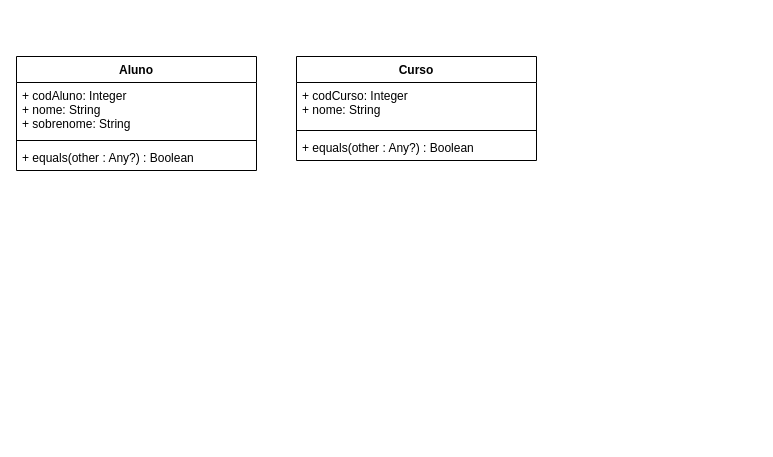
Above: Desafio1DigitalHouse.drawio in eneri-jr/Desafio1DigitalHouse (draw.io), before the change. Source tidied: cells renumbered, new cells numbered last; positions are measured from the earlier drawing's top-left corner, leaving out a move shared by most shapes. Both pictures are drawn from the tidied source at 100%, with x=0, y=0 at pixel (16, 56).
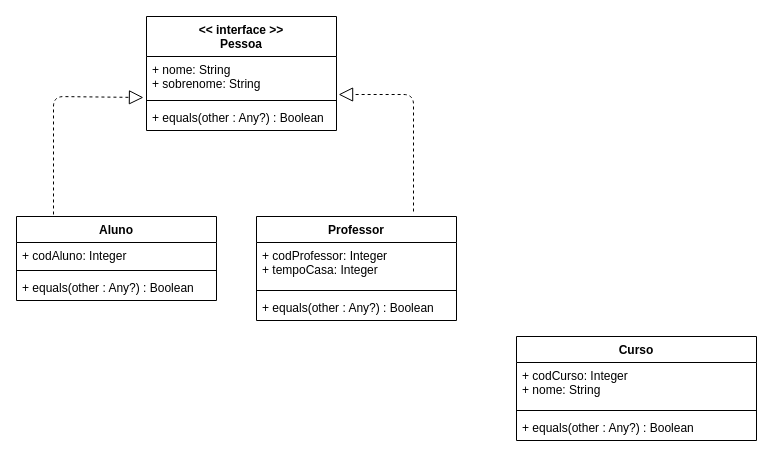
The same diagram, later.

Commit message (it also covers changes not shown here):
Criacao Parte C (Classe Professor), (Alteracao Aluno), (Interface Pessoa)

Diff of the diagram source:
```diff
@@
+    <mxCell id="6" value="Curso" style="swimlane;fontStyle=1;align=center;verticalAlign=top;horizontal=1;startSize=26;" parent="1" vertex="1">
+      <mxGeometry x="500" y="280" width="240" height="104" as="geometry" />
+    </mxCell>
+    <mxCell id="7" value="+ codCurso: Integer&#10;+ nome: String&#10;" style="text;strokeColor=none;fillColor=none;align=left;verticalAlign=top;spacingLeft=4;spacingRight=4;overflow=hidden;" parent="6" vertex="1">
+      <mxGeometry y="26" width="240" height="44" as="geometry" />
+    </mxCell>
+    <mxCell id="8" style="line;strokeWidth=1;fillColor=none;align=left;verticalAlign=middle;spacingTop=-1;spacingLeft=3;spacingRight=3;labelPosition=right;" parent="6" vertex="1">
+      <mxGeometry y="70" width="240" height="8" as="geometry" />
+    </mxCell>
+    <mxCell id="9" value="+ equals(other : Any?) : Boolean" style="text;strokeColor=none;fillColor=none;align=left;verticalAlign=top;spacingLeft=4;spacingRight=4;overflow=hidden;" parent="6" vertex="1">
+      <mxGeometry y="78" width="240" height="26" as="geometry" />
+    </mxCell>
+    <mxCell id="10" value="&lt;&lt; interface &gt;&gt;&#10;Pessoa" style="swimlane;fontStyle=1;align=center;verticalAlign=top;horizontal=1;startSize=40;" parent="1" vertex="1">
+      <mxGeometry x="130" y="-40" width="190" height="114" as="geometry" />
+    </mxCell>
+    <mxCell id="11" value="+ nome: String&#10;+ sobrenome: String" style="text;strokeColor=none;fillColor=none;align=left;verticalAlign=top;spacingLeft=4;spacingRight=4;overflow=hidden;points=[[0,0.5],[1,0.5]];portConstraint=eastwest;" parent="10" vertex="1">
+      <mxGeometry y="40" width="190" height="40" as="geometry" />
+    </mxCell>
+    <mxCell id="12" style="line;strokeWidth=1;fillColor=none;align=left;verticalAlign=middle;spacingTop=-1;spacingLeft=3;spacingRight=3;labelPosition=right;" parent="10" vertex="1">
+      <mxGeometry y="80" width="190" height="8" as="geometry" />
+    </mxCell>
+    <mxCell id="13" value="+ equals(other : Any?) : Boolean" style="text;strokeColor=none;fillColor=none;align=left;verticalAlign=top;spacingLeft=4;spacingRight=4;overflow=hidden;" parent="10" vertex="1">
+      <mxGeometry y="88" width="190" height="26" as="geometry" />
+    </mxCell>
+    <mxCell id="14" style="endArrow=block;dashed=1;endFill=0;endSize=12;html=1;exitX=0.185;exitY=-0.024;exitDx=0;exitDy=0;exitPerimeter=0;entryX=-0.016;entryY=1.025;entryDx=0;entryDy=0;entryPerimeter=0;" parent="1" edge="1" source="2" target="11">
+      <mxGeometry relative="1" as="geometry">
+        <Array as="points">
+          <mxPoint x="37" y="40" />
+        </Array>
+      </mxGeometry>
+    </mxCell>
     <mxCell id="2" value="Aluno" style="swimlane;fontStyle=1;align=center;verticalAlign=top;horizontal=1;startSize=26;" parent="1" vertex="1">
-      <mxGeometry width="240" height="114" as="geometry" />
+      <mxGeometry y="160" width="200" height="84" as="geometry" />
     </mxCell>
-    <mxCell id="3" value="+ codAluno: Integer&#10;+ nome: String&#10;+ sobrenome: String&#10;" style="text;strokeColor=none;fillColor=none;align=left;verticalAlign=top;spacingLeft=4;spacingRight=4;overflow=hidden;" parent="2" vertex="1">
-      <mxGeometry y="26" width="240" height="54" as="geometry" />
+    <mxCell id="3" value="+ codAluno: Integer&#10;" style="text;strokeColor=none;fillColor=none;align=left;verticalAlign=top;spacingLeft=4;spacingRight=4;overflow=hidden;" parent="2" vertex="1">
+      <mxGeometry y="26" width="200" height="24" as="geometry" />
     </mxCell>
     <mxCell id="4" style="line;strokeWidth=1;fillColor=none;align=left;verticalAlign=middle;spacingTop=-1;spacingLeft=3;spacingRight=3;labelPosition=right;" parent="2" vertex="1">
-      <mxGeometry y="80" width="240" height="8" as="geometry" />
+      <mxGeometry y="50" width="200" height="8" as="geometry" />
     </mxCell>
     <mxCell id="5" value="+ equals(other : Any?) : Boolean" style="text;strokeColor=none;fillColor=none;align=left;verticalAlign=top;spacingLeft=4;spacingRight=4;overflow=hidden;" parent="2" vertex="1">
-      <mxGeometry y="88" width="240" height="26" as="geometry" />
+      <mxGeometry y="58" width="200" height="26" as="geometry" />
     </mxCell>
-    <mxCell id="6" value="Curso" style="swimlane;fontStyle=1;align=center;verticalAlign=top;horizontal=1;startSize=26;" parent="1" vertex="1">
-      <mxGeometry x="280" width="240" height="104" as="geometry" />
-    </mxCell>
-    <mxCell id="7" value="+ codCurso: Integer&#10;+ nome: String&#10;" style="text;strokeColor=none;fillColor=none;align=left;verticalAlign=top;spacingLeft=4;spacingRight=4;overflow=hidden;" parent="6" vertex="1">
-      <mxGeometry y="26" width="240" height="44" as="geometry" />
-    </mxCell>
-    <mxCell id="8" style="line;strokeWidth=1;fillColor=none;align=left;verticalAlign=middle;spacingTop=-1;spacingLeft=3;spacingRight=3;labelPosition=right;" parent="6" vertex="1">
-      <mxGeometry y="70" width="240" height="8" as="geometry" />
-    </mxCell>
-    <mxCell id="9" value="+ equals(other : Any?) : Boolean" style="text;strokeColor=none;fillColor=none;align=left;verticalAlign=top;spacingLeft=4;spacingRight=4;overflow=hidden;" parent="6" vertex="1">
-      <mxGeometry y="78" width="240" height="26" as="geometry" />
-    </mxCell>
+    <mxCell id="15" value="Professor" style="swimlane;fontStyle=1;align=center;verticalAlign=top;horizontal=1;startSize=26;" parent="1" vertex="1">
+      <mxGeometry x="240" y="160" width="200" height="104" as="geometry" />
+    </mxCell>
+    <mxCell id="16" value="+ codProfessor: Integer&#10;+ tempoCasa: Integer" style="text;strokeColor=none;fillColor=none;align=left;verticalAlign=top;spacingLeft=4;spacingRight=4;overflow=hidden;" parent="15" vertex="1">
+      <mxGeometry y="26" width="200" height="44" as="geometry" />
+    </mxCell>
+    <mxCell id="17" style="line;strokeWidth=1;fillColor=none;align=left;verticalAlign=middle;spacingTop=-1;spacingLeft=3;spacingRight=3;labelPosition=right;" parent="15" vertex="1">
+      <mxGeometry y="70" width="200" height="8" as="geometry" />
+    </mxCell>
+    <mxCell id="18" value="+ equals(other : Any?) : Boolean" style="text;strokeColor=none;fillColor=none;align=left;verticalAlign=top;spacingLeft=4;spacingRight=4;overflow=hidden;" parent="15" vertex="1">
+      <mxGeometry y="78" width="200" height="26" as="geometry" />
+    </mxCell>
+    <mxCell id="19" style="endArrow=block;dashed=1;endFill=0;endSize=12;html=1;exitX=0.785;exitY=-0.048;exitDx=0;exitDy=0;exitPerimeter=0;entryX=1.011;entryY=0.95;entryDx=0;entryDy=0;entryPerimeter=0;" parent="1" edge="1" source="15" target="11">
+      <mxGeometry relative="1" as="geometry">
+        <Array as="points">
+          <mxPoint x="397" y="38" />
+        </Array>
+      </mxGeometry>
+    </mxCell>
```
